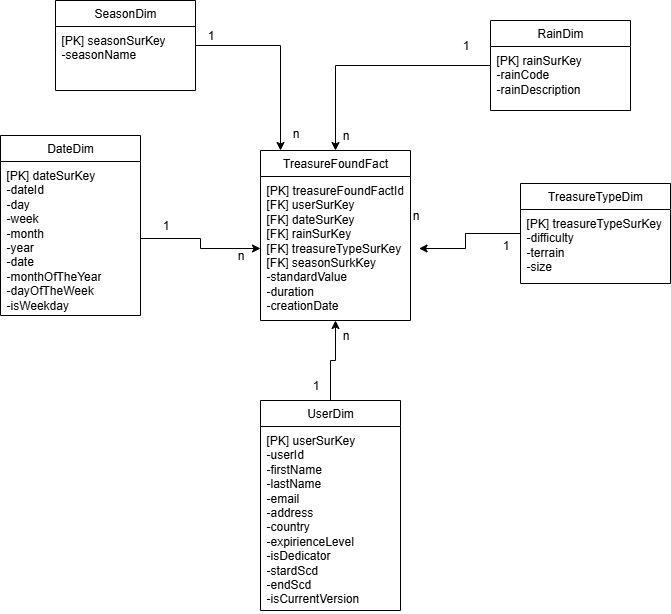
PieterNeyt/databanken3 keeps this draw.io diagram as ERD_DP.drawio.png. Above is the earlier version. Source tidied: cells renumbered, new cells last; positions are measured from the earlier drawing's top-left corner, leaving out a move shared by most shapes.
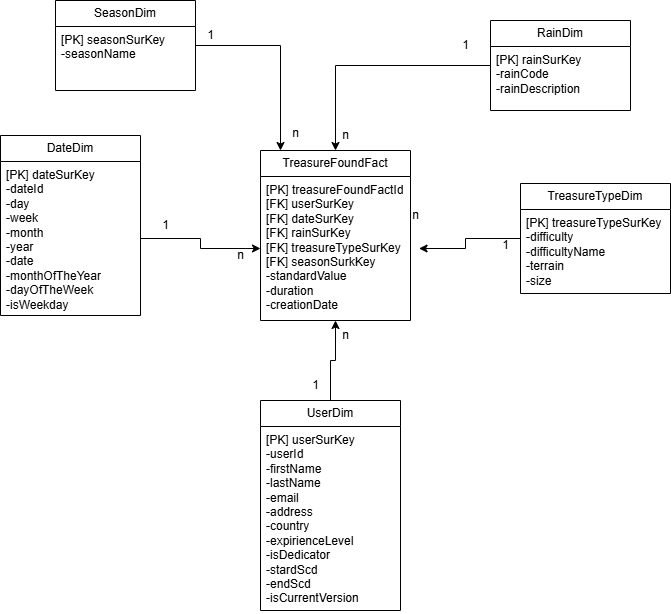
The same file after the commit.

The edit, as a diff of the source:
```diff
@@ -24,10 +24,10 @@
       <mxGeometry y="26" width="140" height="184" as="geometry" />
     </mxCell>
     <mxCell id="9" value="TreasureTypeDim" style="swimlane;fontStyle=0;horizontal=1;startSize=26;fillColor=none;whiteSpace=wrap;html=1;" parent="1" vertex="1">
-      <mxGeometry x="520" y="183" width="150" height="100" as="geometry" />
+      <mxGeometry x="520" y="183" width="150" height="110" as="geometry" />
     </mxCell>
-    <mxCell id="10" value="[PK] treasureTypeSurKey&lt;div&gt;-difficulty&lt;/div&gt;&lt;div&gt;-terrain&lt;/div&gt;&lt;div&gt;-size&lt;/div&gt;&lt;div&gt;&lt;br&gt;&lt;/div&gt;" style="text;strokeColor=none;fillColor=none;align=left;verticalAlign=top;spacingLeft=4;spacingRight=4;overflow=hidden;whiteSpace=wrap;html=1;" parent="9" vertex="1">
-      <mxGeometry y="26" width="150" height="74" as="geometry" />
+    <mxCell id="10" value="[PK] treasureTypeSurKey&lt;div&gt;-difficulty&lt;/div&gt;&lt;div&gt;&lt;div&gt;-difficultyName&lt;/div&gt;&lt;/div&gt;&lt;div&gt;-terrain&lt;/div&gt;&lt;div&gt;-size&lt;/div&gt;&lt;div&gt;&lt;br&gt;&lt;/div&gt;" style="text;strokeColor=none;fillColor=none;align=left;verticalAlign=top;spacingLeft=4;spacingRight=4;overflow=hidden;whiteSpace=wrap;html=1;" parent="9" vertex="1">
+      <mxGeometry y="26" width="150" height="84" as="geometry" />
     </mxCell>
     <mxCell id="11" value="n" style="text;html=1;align=center;verticalAlign=middle;strokeColor=none;fillColor=none;" parent="1" vertex="1">
       <mxGeometry x="400" y="200" width="30" height="30" as="geometry" />
```
